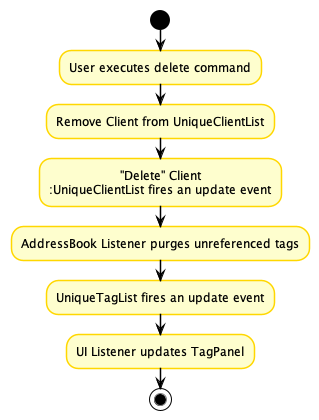
This is docs/images/DeleteUserTagActivityDiagram.png from nus-cs2103-AY2122S1/tp, a PlantUML export, as it was before one commit.
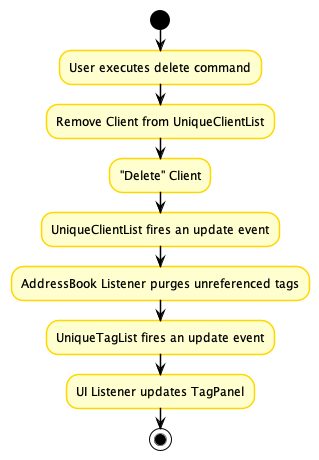
The same diagram one commit later.

What changed in the source:
```diff
@@ -13,7 +13,7 @@
 start
 :User executes delete command;
 :Remove Client from UniqueClientList;
-:"Delete" Client
+:"Delete" Client;
 :UniqueClientList fires an update event;
 :AddressBook Listener purges unreferenced tags;
 :UniqueTagList fires an update event;
```
